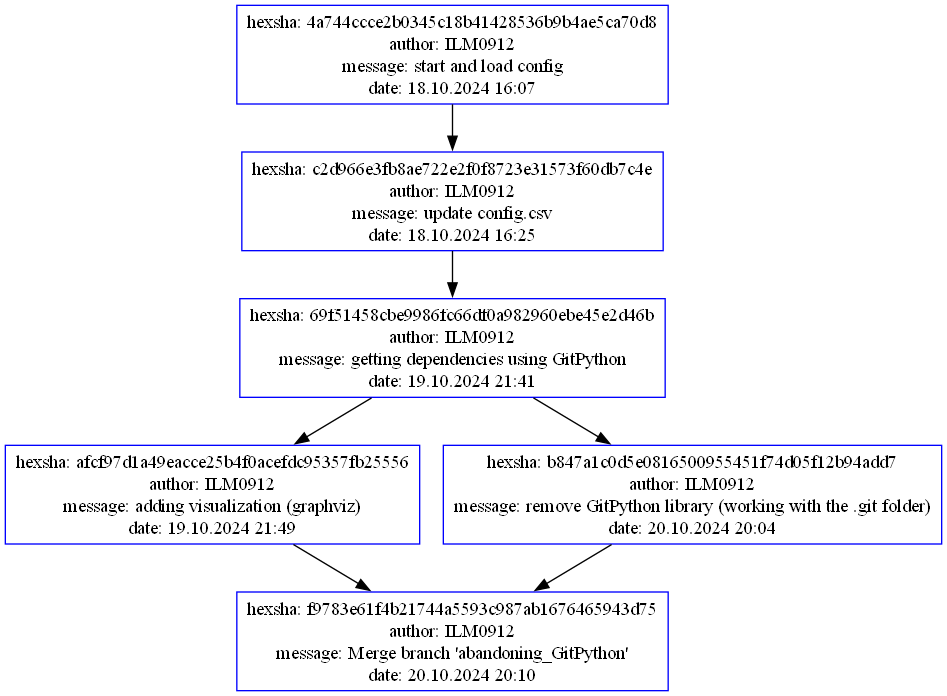
This is commit_graph.png from ILM0912/configuration_management_hw2, a Graphviz export, as it was before one commit. Its source is kept beside it as commit_graph.dot.
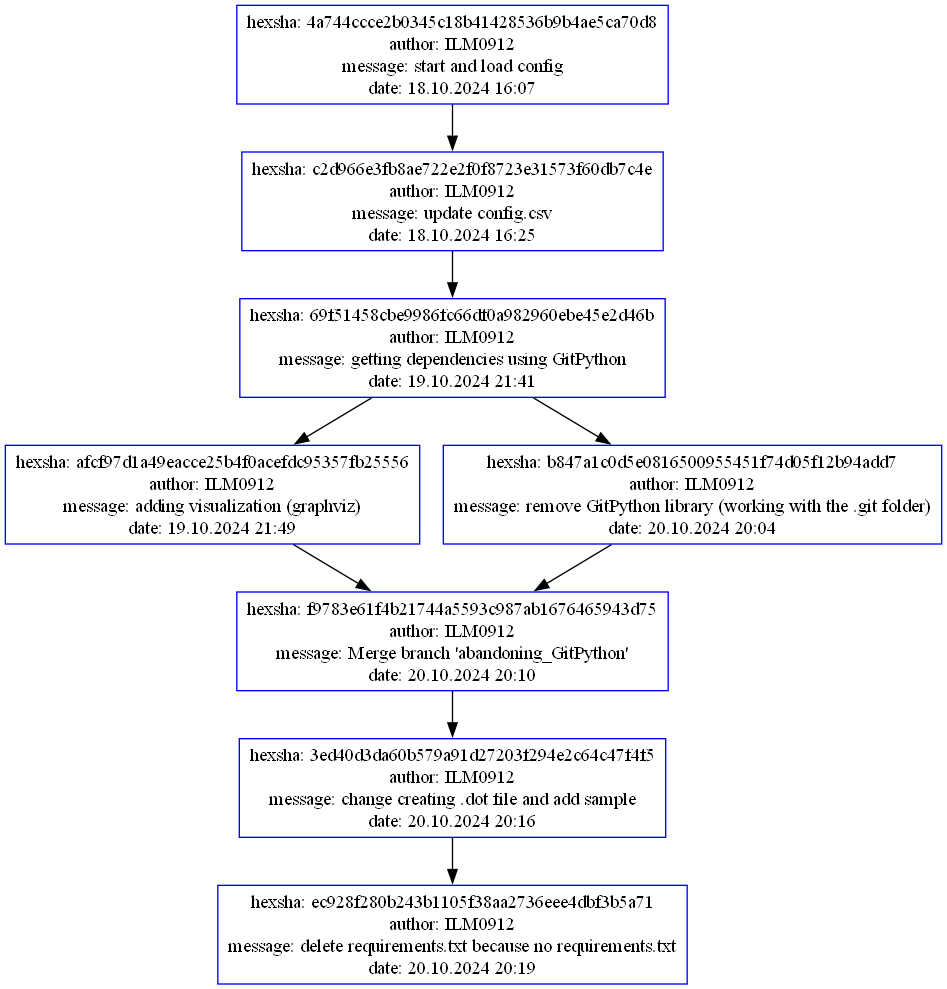
Later version of the same file.

Change to the diagram source:
```diff
@@ -1,5 +1,19 @@
 digraph CommitGraph {
 node [shape=rect, color=blue]
+
+"ec928f280b243b1105f38aa2736eee4dbf3b5a71" [label="hexsha: ec928f280b243b1105f38aa2736eee4dbf3b5a71
+author: ILM0912
+message: delete requirements.txt because no requirements.txt
+date: 20.10.2024 20:19"];
+"3ed40d3da60b579a91d27203f294e2c64c47f4f5" -> "ec928f280b243b1105f38aa2736eee4dbf3b5a71";
+
+
+"3ed40d3da60b579a91d27203f294e2c64c47f4f5" [label="hexsha: 3ed40d3da60b579a91d27203f294e2c64c47f4f5
+author: ILM0912
+message: change creating .dot file and add sample
+date: 20.10.2024 20:16"];
+"f9783e61f4b21744a5593c987ab1676465943d75" -> "3ed40d3da60b579a91d27203f294e2c64c47f4f5";
+
 
 "f9783e61f4b21744a5593c987ab1676465943d75" [label="hexsha: f9783e61f4b21744a5593c987ab1676465943d75
 author: ILM0912
```
